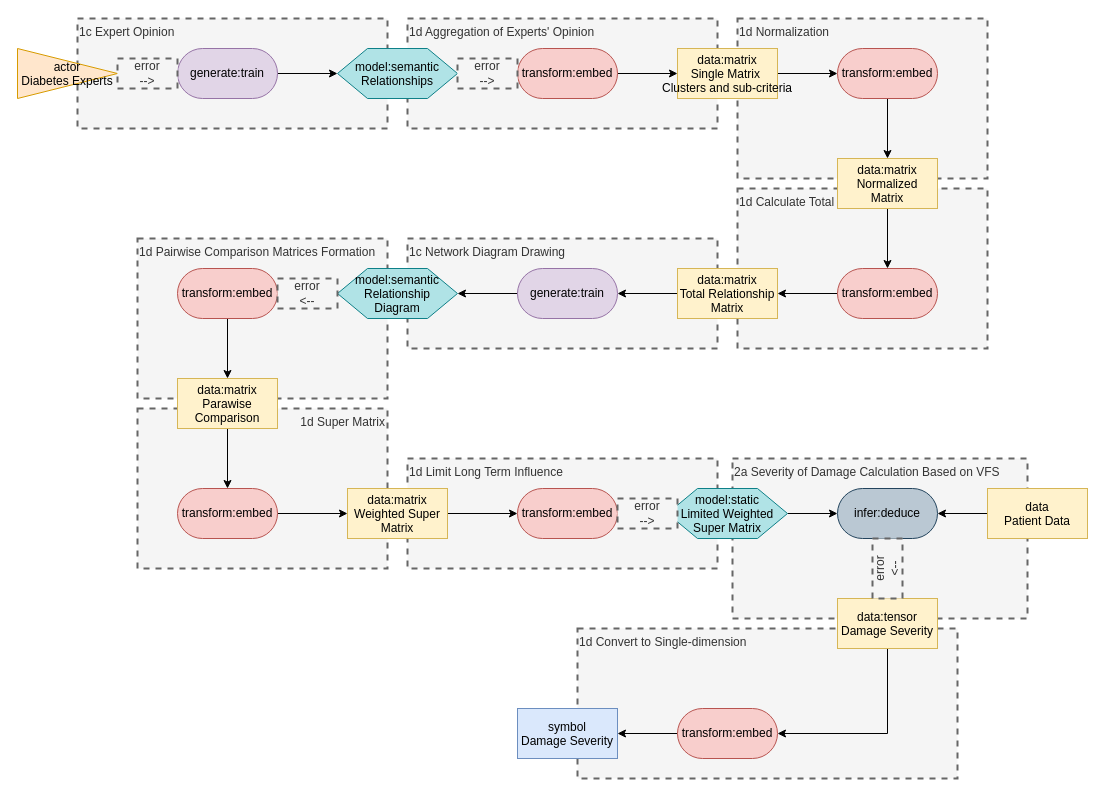
Before: page "Page-1" (1 of 2) of medical patterns to boxologies/Rules influence ML Training (RMLT)/A novel algorithm based on information diffusion and fuzzy MADM methods for analysis of damages caused by diabetes crisis.drawio in zonnesmit/thesis, a draw.io diagram. Source tidied: cells renumbered, new cells numbered last; positions are measured from the earlier drawing's top-left corner, leaving out a move shared by most shapes. Both pictures are drawn from the tidied source at 100%, with x=0, y=0 at pixel (17, 18).
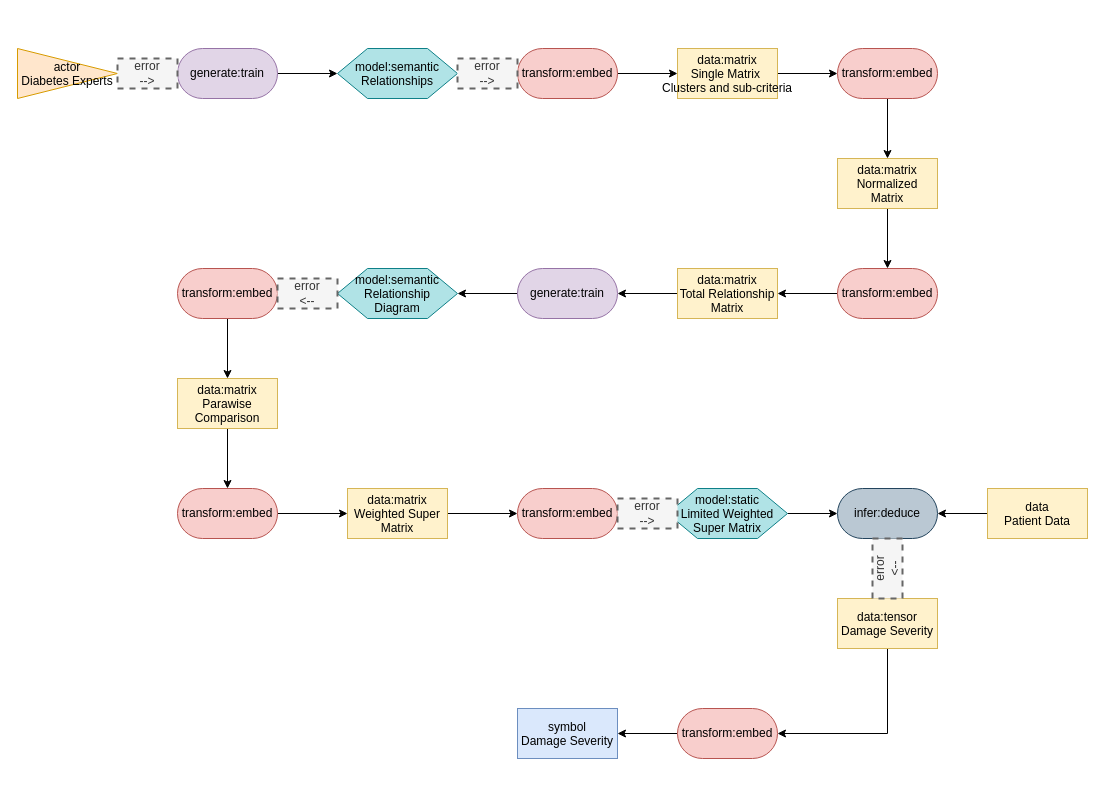
After the change.

Diff of the diagram source:
```diff
@@
-    <mxCell id="2" value="1d Convert to Single-dimension" style="text;html=1;align=left;verticalAlign=top;whiteSpace=wrap;rounded=0;dashed=1;fillColor=#f5f5f5;fontColor=#333333;strokeColor=#666666;strokeWidth=2;" parent="1" vertex="1">
-      <mxGeometry x="560" y="610" width="380" height="150" as="geometry" />
-    </mxCell>
-    <mxCell id="3" value="2a Severity of Damage Calculation Based on VFS" style="text;html=1;align=left;verticalAlign=top;whiteSpace=wrap;rounded=0;dashed=1;fillColor=#f5f5f5;fontColor=#333333;strokeColor=#666666;strokeWidth=2;" parent="1" vertex="1">
-      <mxGeometry x="715" y="440" width="295" height="160" as="geometry" />
-    </mxCell>
-    <mxCell id="4" value="1d Limit Long Term Influence" style="text;html=1;align=left;verticalAlign=top;whiteSpace=wrap;rounded=0;dashed=1;fillColor=#f5f5f5;fontColor=#333333;strokeColor=#666666;strokeWidth=2;" parent="1" vertex="1">
-      <mxGeometry x="390" y="440" width="310" height="110" as="geometry" />
-    </mxCell>
-    <mxCell id="5" value="1d Super Matrix" style="text;html=1;align=right;verticalAlign=top;whiteSpace=wrap;rounded=0;dashed=1;fillColor=#f5f5f5;fontColor=#333333;strokeColor=#666666;strokeWidth=2;" parent="1" vertex="1">
-      <mxGeometry x="120" y="390" width="250" height="160" as="geometry" />
-    </mxCell>
-    <mxCell id="6" value="1d Pairwise Comparison Matrices Formation" style="text;html=1;align=left;verticalAlign=top;whiteSpace=wrap;rounded=0;dashed=1;fillColor=#f5f5f5;fontColor=#333333;strokeColor=#666666;strokeWidth=2;" parent="1" vertex="1">
-      <mxGeometry x="120" y="220" width="250" height="160" as="geometry" />
-    </mxCell>
-    <mxCell id="7" value="1c Network Diagram Drawing" style="text;html=1;align=left;verticalAlign=top;whiteSpace=wrap;rounded=0;dashed=1;fillColor=#f5f5f5;fontColor=#333333;strokeColor=#666666;strokeWidth=2;" parent="1" vertex="1">
-      <mxGeometry x="390" y="220" width="310" height="110" as="geometry" />
-    </mxCell>
-    <mxCell id="8" value="1d Calculate Total" style="text;html=1;align=left;verticalAlign=top;whiteSpace=wrap;rounded=0;dashed=1;fillColor=#f5f5f5;fontColor=#333333;strokeColor=#666666;strokeWidth=2;" parent="1" vertex="1">
-      <mxGeometry x="720" y="170" width="250" height="160" as="geometry" />
-    </mxCell>
-    <mxCell id="9" value="1d Normalization" style="text;html=1;align=left;verticalAlign=top;whiteSpace=wrap;rounded=0;dashed=1;fillColor=#f5f5f5;fontColor=#333333;strokeColor=#666666;strokeWidth=2;" parent="1" vertex="1">
-      <mxGeometry x="720" width="250" height="160" as="geometry" />
-    </mxCell>
-    <mxCell id="10" value="1d Aggregation of Experts' Opinion" style="text;html=1;align=left;verticalAlign=top;whiteSpace=wrap;rounded=0;dashed=1;fillColor=#f5f5f5;fontColor=#333333;strokeColor=#666666;strokeWidth=2;" parent="1" vertex="1">
-      <mxGeometry x="390" width="310" height="110" as="geometry" />
-    </mxCell>
-    <mxCell id="11" value="1c Expert Opinion" style="text;html=1;align=left;verticalAlign=top;whiteSpace=wrap;rounded=0;dashed=1;fillColor=#f5f5f5;fontColor=#333333;strokeColor=#666666;strokeWidth=2;" parent="1" vertex="1">
-      <mxGeometry x="60" width="310" height="110" as="geometry" />
-    </mxCell>
```
